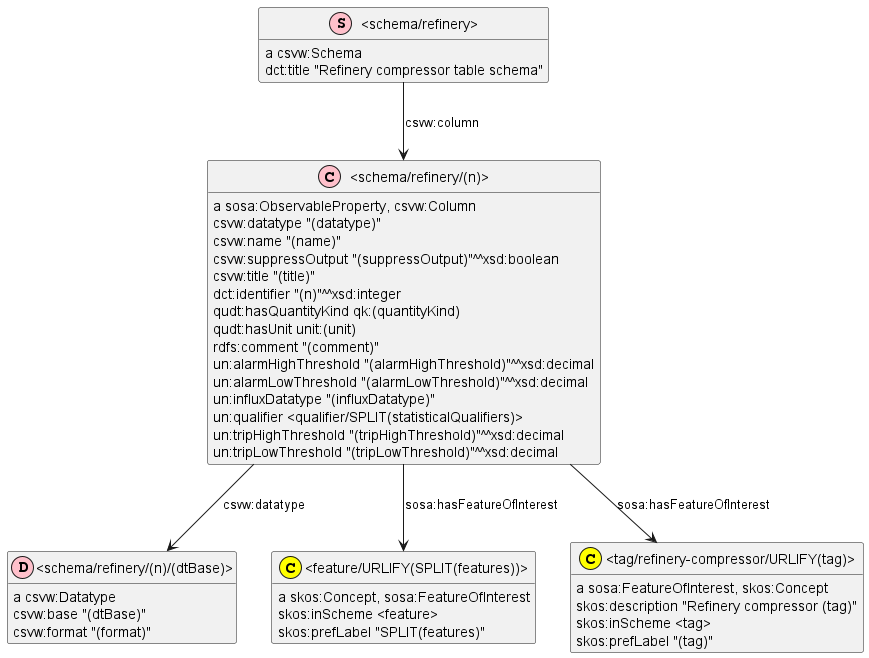
Before: schema-refinery.png, a diagram exported from PlantUML (underpin-project/model).
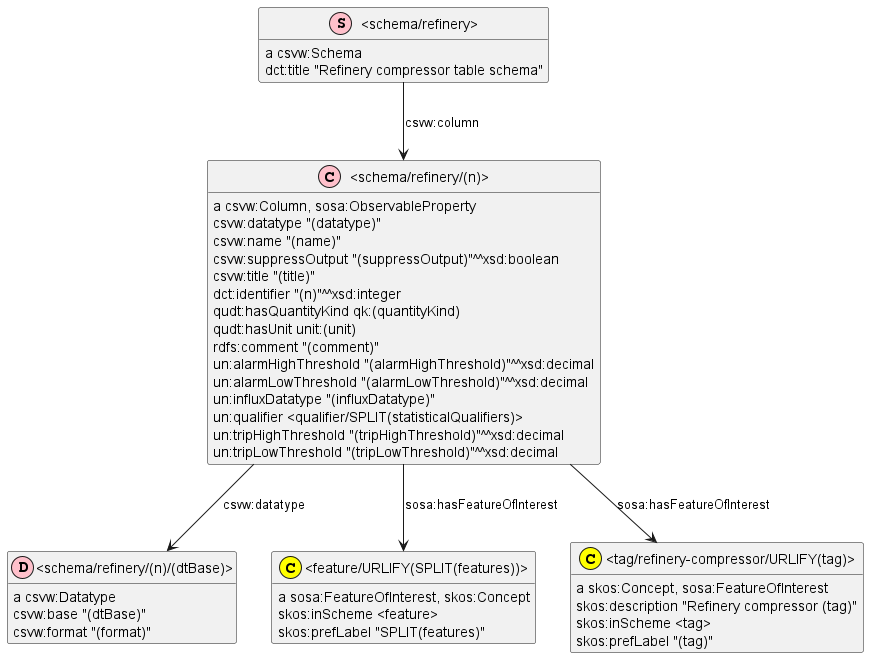
After the change.

The edit, as a diff of the source:
```diff
@@ -17,16 +17,20 @@
 class _tag_refinery_compressor_URLIFY_tag_ as "<tag/refinery-compressor/URLIFY(tag)>"
 class _tag_refinery_compressor_URLIFY_tag_ <<(C,yellow)>>
 show _tag_refinery_compressor_URLIFY_tag_ circle
-_feature_URLIFY_SPLIT_features_ : {field} a skos:Concept, sosa:FeatureOfInterest
-_feature_URLIFY_SPLIT_features_ : {field} skos:inScheme <feature>
-_feature_URLIFY_SPLIT_features_ : {field} skos:prefLabel "SPLIT(features)"
+_schema_refinery_ : {field} a csvw:Schema
+_schema_refinery_ -down-> _schema_refinery_n_ : csvw:column
+_schema_refinery_ : {field} dct:title "Refinery compressor table schema"
+_tag_refinery_compressor_URLIFY_tag_ : {field} a skos:Concept, sosa:FeatureOfInterest
+_tag_refinery_compressor_URLIFY_tag_ : {field} skos:description "Refinery compressor (tag)"
+_tag_refinery_compressor_URLIFY_tag_ : {field} skos:inScheme <tag>
+_tag_refinery_compressor_URLIFY_tag_ : {field} skos:prefLabel "(tag)"
 _schema_refinery_n_dtBase_ : {field} a csvw:Datatype
 _schema_refinery_n_dtBase_ : {field} csvw:base "(dtBase)"
 _schema_refinery_n_dtBase_ : {field} csvw:format "(format)"
-_schema_refinery_n_ : {field} a sosa:ObservableProperty, csvw:Column
+_schema_refinery_n_ : {field} a csvw:Column, sosa:ObservableProperty
+_schema_refinery_n_ -down-> _tag_refinery_compressor_URLIFY_tag_ : sosa:hasFeatureOfInterest
+_schema_refinery_n_ -down-> _schema_refinery_n_dtBase_ : csvw:datatype
 _schema_refinery_n_ -down-> _feature_URLIFY_SPLIT_features_ : sosa:hasFeatureOfInterest
-_schema_refinery_n_ -down-> _schema_refinery_n_dtBase_ : csvw:datatype
-_schema_refinery_n_ -down-> _tag_refinery_compressor_URLIFY_tag_ : sosa:hasFeatureOfInterest
 _schema_refinery_n_ : {field} csvw:datatype "(datatype)"
 _schema_refinery_n_ : {field} csvw:name "(name)"
 _schema_refinery_n_ : {field} csvw:suppressOutput "(suppressOutput)"^^xsd:boolean
@@ -41,11 +45,7 @@
 _schema_refinery_n_ : {field} un:qualifier <qualifier/SPLIT(statisticalQualifiers)>
 _schema_refinery_n_ : {field} un:tripHighThreshold "(tripHighThreshold)"^^xsd:decimal
 _schema_refinery_n_ : {field} un:tripLowThreshold "(tripLowThreshold)"^^xsd:decimal
-_schema_refinery_ : {field} a csvw:Schema
-_schema_refinery_ -down-> _schema_refinery_n_ : csvw:column
-_schema_refinery_ : {field} dct:title "Refinery compressor table schema"
-_tag_refinery_compressor_URLIFY_tag_ : {field} a sosa:FeatureOfInterest, skos:Concept
-_tag_refinery_compressor_URLIFY_tag_ : {field} skos:description "Refinery compressor (tag)"
-_tag_refinery_compressor_URLIFY_tag_ : {field} skos:inScheme <tag>
-_tag_refinery_compressor_URLIFY_tag_ : {field} skos:prefLabel "(tag)"
+_feature_URLIFY_SPLIT_features_ : {field} a sosa:FeatureOfInterest, skos:Concept
+_feature_URLIFY_SPLIT_features_ : {field} skos:inScheme <feature>
+_feature_URLIFY_SPLIT_features_ : {field} skos:prefLabel "SPLIT(features)"
 @enduml
```
